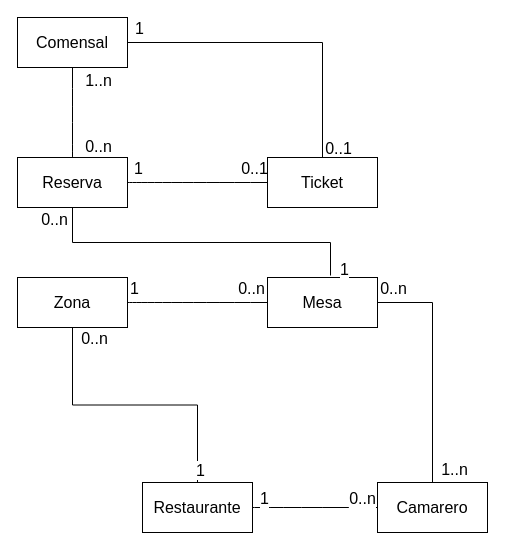
Before: page "ClassV2" (4 of 4) of models/tempus-UML.drawio in Lopez10/tempus-backend, a draw.io diagram. Source tidied: cells renumbered, new cells numbered last; positions are measured from the earlier drawing's top-left corner, leaving out a move shared by most shapes. Both pictures are drawn from the tidied source at 100%, with x=0, y=0 at pixel (17, 17).
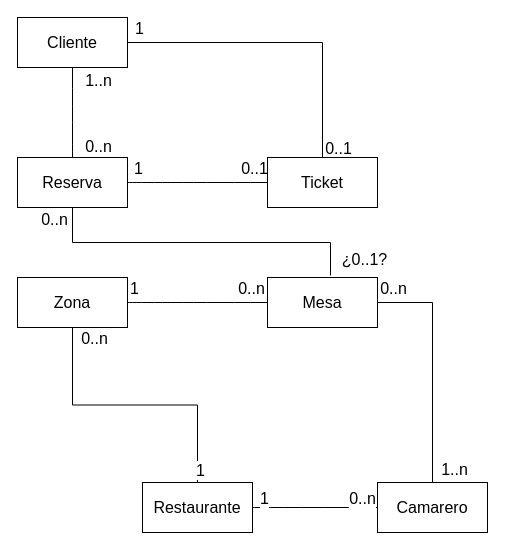
After the change.

Unchanged cells that the change refers to:
```xml
<mxCell id="26" style="edgeStyle=orthogonalEdgeStyle;rounded=0;jettySize=auto;html=1;exitX=0.5;exitY=1;exitDx=0;exitDy=0;entryX=0.573;entryY=-0.04;entryDx=0;entryDy=0;entryPerimeter=0;fontSize=12;startSize=8;endSize=8;endArrow=none;endFill=0;" parent="1" edge="1" source="8" target="25">
  <mxGeometry relative="1" as="geometry" />
</mxCell>
```

The edit, as a diff of the source:
```diff
@@
-    <mxCell id="12" value="Comensal" style="html=1;whiteSpace=wrap;fontSize=16;" parent="1" vertex="1">
+    <mxCell id="12" value="Cliente" style="html=1;whiteSpace=wrap;fontSize=16;" parent="1" vertex="1">
       <mxGeometry width="110" height="50" as="geometry" />
     </mxCell>
@@
-    <mxCell id="27" value="1" style="edgeLabel;html=1;align=center;verticalAlign=middle;fontSize=16;" parent="26" vertex="1">
+    <mxCell id="27" value="¿0..1?" style="edgeLabel;html=1;align=center;verticalAlign=middle;fontSize=16;" parent="26" vertex="1">
       <mxGeometry x="0.93" y="-1" relative="1" as="geometry">
-        <mxPoint x="14" y="4" as="offset" />
+        <mxPoint x="34" y="-6" as="offset" />
       </mxGeometry>
     </mxCell>
```
